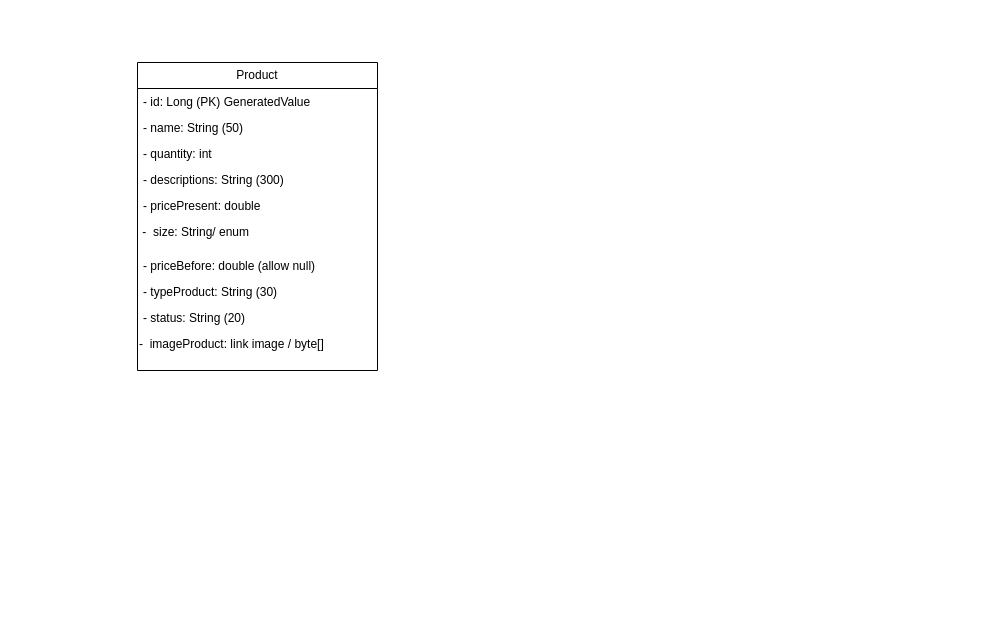
Above: diagrams/class/class-product.drawio in penduricha/Project-e-commerce (draw.io), before the change. Source tidied: cells renumbered, new cells numbered last; positions are measured from the earlier drawing's top-left corner, leaving out a move shared by most shapes. Both pictures are drawn from the tidied source at 100%, with x=0, y=0 at pixel (137, 62).
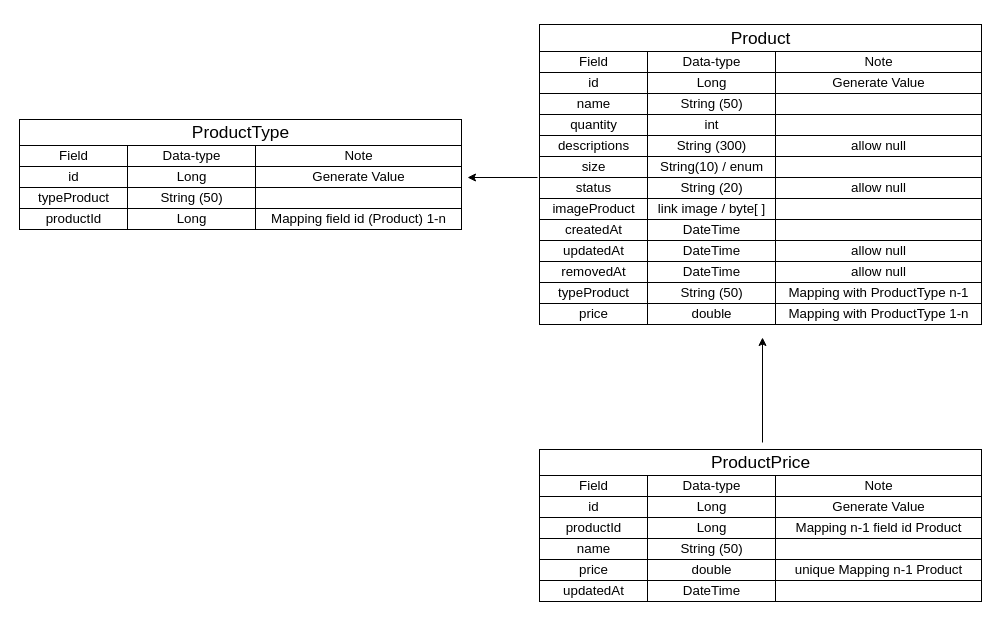
The same page after the edit.

Diff of the diagram source:
```diff
@@
 <mxGraphModel>
   <root>
     <mxCell id="0" />
     <mxCell id="1" parent="0" />
-    <mxCell id="2" value="Product" style="swimlane;fontStyle=0;horizontal=1;startSize=26;fillColor=none;whiteSpace=wrap;html=1;" parent="1" vertex="1">
-      <mxGeometry width="240" height="308" as="geometry" />
-    </mxCell>
-    <mxCell id="3" value="- id: Long (PK)&amp;nbsp;GeneratedValue" style="text;strokeColor=none;fillColor=none;align=left;verticalAlign=top;spacingLeft=4;spacingRight=4;overflow=hidden;whiteSpace=wrap;html=1;" parent="2" vertex="1">
-      <mxGeometry y="26" width="240" height="26" as="geometry" />
-    </mxCell>
-    <mxCell id="4" value="- name: String (50)" style="text;strokeColor=none;fillColor=none;align=left;verticalAlign=top;spacingLeft=4;spacingRight=4;overflow=hidden;whiteSpace=wrap;html=1;" parent="2" vertex="1">
-      <mxGeometry y="52" width="240" height="26" as="geometry" />
-    </mxCell>
-    <mxCell id="5" value="- quantity: int" style="text;strokeColor=none;fillColor=none;align=left;verticalAlign=top;spacingLeft=4;spacingRight=4;overflow=hidden;whiteSpace=wrap;html=1;" parent="2" vertex="1">
-      <mxGeometry y="78" width="240" height="26" as="geometry" />
-    </mxCell>
-    <mxCell id="6" value="- descriptions: String (300)" style="text;strokeColor=none;fillColor=none;align=left;verticalAlign=top;spacingLeft=4;spacingRight=4;overflow=hidden;whiteSpace=wrap;html=1;" parent="2" vertex="1">
-      <mxGeometry y="104" width="240" height="26" as="geometry" />
-    </mxCell>
-    <mxCell id="7" value="- pricePresent: double&amp;nbsp;" style="text;strokeColor=none;fillColor=none;align=left;verticalAlign=top;spacingLeft=4;spacingRight=4;overflow=hidden;whiteSpace=wrap;html=1;" parent="2" vertex="1">
-      <mxGeometry y="130" width="240" height="26" as="geometry" />
-    </mxCell>
-    <mxCell id="8" value="&amp;nbsp;-&amp;nbsp; size: String/ enum" style="text;whiteSpace=wrap;html=1;" parent="2" vertex="1">
-      <mxGeometry y="156" width="240" height="34" as="geometry" />
-    </mxCell>
-    <mxCell id="9" value="- priceBefore: double (allow null)" style="text;strokeColor=none;fillColor=none;align=left;verticalAlign=top;spacingLeft=4;spacingRight=4;overflow=hidden;whiteSpace=wrap;html=1;" parent="2" vertex="1">
-      <mxGeometry y="190" width="240" height="26" as="geometry" />
-    </mxCell>
-    <mxCell id="10" value="- typeProduct: String (30)" style="text;strokeColor=none;fillColor=none;align=left;verticalAlign=top;spacingLeft=4;spacingRight=4;overflow=hidden;whiteSpace=wrap;html=1;" parent="2" vertex="1">
-      <mxGeometry y="216" width="240" height="26" as="geometry" />
-    </mxCell>
-    <mxCell id="11" value="- status: String (20)" style="text;strokeColor=none;fillColor=none;align=left;verticalAlign=top;spacingLeft=4;spacingRight=4;overflow=hidden;whiteSpace=wrap;html=1;" parent="2" vertex="1">
-      <mxGeometry y="242" width="240" height="26" as="geometry" />
-    </mxCell>
-    <mxCell id="12" value="-&amp;nbsp; imageProduct: link image / byte[]" style="text;whiteSpace=wrap;html=1;" parent="2" vertex="1">
-      <mxGeometry y="268" width="240" height="40" as="geometry" />
-    </mxCell>
+    <mxCell id="13" value="&lt;table xmlns=&quot;http://www.w3.org/1999/xhtml&quot; cellspacing=&quot;0&quot; cellpadding=&quot;0&quot; dir=&quot;ltr&quot; border=&quot;1&quot; style=&quot;table-layout:fixed;font-size:10pt;font-family:Arial;width:0px;border-collapse:collapse;border:none&quot;&gt;&lt;colgroup&gt;&lt;col width=&quot;108&quot;&gt;&lt;col width=&quot;128&quot;&gt;&lt;col width=&quot;206&quot;&gt;&lt;/colgroup&gt;&lt;tbody&gt;&lt;tr style=&quot;height:21px;&quot;&gt;&lt;td style=&quot;border-top:1px solid #000000;border-right:1px solid #000000;border-bottom:1px solid #000000;border-left:1px solid #000000;overflow:hidden;padding:2px 3px 2px 3px;vertical-align:bottom;font-size:13pt;text-align:center;&quot; rowspan=&quot;1&quot; colspan=&quot;3&quot;&gt;ProductType&lt;/td&gt;&lt;/tr&gt;&lt;tr style=&quot;height:21px;&quot;&gt;&lt;td style=&quot;border-right:1px solid #000000;border-bottom:1px solid #000000;border-left:1px solid #000000;overflow:hidden;padding:2px 3px 2px 3px;vertical-align:bottom;text-align:center;&quot;&gt;Field&lt;/td&gt;&lt;td style=&quot;border-right:1px solid #000000;border-bottom:1px solid #000000;overflow:hidden;padding:2px 3px 2px 3px;vertical-align:bottom;text-align:center;&quot;&gt;Data-type&lt;/td&gt;&lt;td style=&quot;border-right:1px solid #000000;border-bottom:1px solid #000000;overflow:hidden;padding:2px 3px 2px 3px;vertical-align:bottom;text-align:center;&quot;&gt;Note&lt;/td&gt;&lt;/tr&gt;&lt;tr style=&quot;height:21px;&quot;&gt;&lt;td style=&quot;border-right:1px solid #000000;border-bottom:1px solid #000000;border-left:1px solid #000000;overflow:hidden;padding:2px 3px 2px 3px;vertical-align:bottom;text-align:center;&quot;&gt;id&lt;/td&gt;&lt;td style=&quot;border-right:1px solid #000000;border-bottom:1px solid #000000;overflow:hidden;padding:2px 3px 2px 3px;vertical-align:bottom;text-align:center;&quot;&gt;Long&lt;/td&gt;&lt;td style=&quot;border-right:1px solid #000000;border-bottom:1px solid #000000;overflow:hidden;padding:2px 3px 2px 3px;vertical-align:bottom;text-align:center;&quot;&gt;Generate Value&lt;/td&gt;&lt;/tr&gt;&lt;tr style=&quot;height:21px;&quot;&gt;&lt;td style=&quot;border-right:1px solid #000000;border-bottom:1px solid #000000;border-left:1px solid #000000;overflow:hidden;padding:2px 3px 2px 3px;vertical-align:bottom;text-align:center;&quot;&gt;typeProduct&lt;/td&gt;&lt;td style=&quot;border-right:1px solid #000000;border-bottom:1px solid #000000;overflow:hidden;padding:2px 3px 2px 3px;vertical-align:bottom;text-align:center;&quot;&gt;String (50)&lt;/td&gt;&lt;td style=&quot;border-right:1px solid #000000;border-bottom:1px solid #000000;overflow:hidden;padding:2px 3px 2px 3px;vertical-align:bottom;&quot;&gt;&lt;/td&gt;&lt;/tr&gt;&lt;tr style=&quot;height:21px;&quot;&gt;&lt;td style=&quot;border-right:1px solid #000000;border-bottom:1px solid #000000;border-left:1px solid #000000;overflow:hidden;padding:2px 3px 2px 3px;vertical-align:bottom;text-align:center;&quot;&gt;productId&lt;/td&gt;&lt;td style=&quot;border-right:1px solid #000000;border-bottom:1px solid #000000;overflow:hidden;padding:2px 3px 2px 3px;vertical-align:bottom;text-align:center;&quot;&gt;Long&lt;/td&gt;&lt;td style=&quot;border-right:1px solid #000000;border-bottom:1px solid #000000;overflow:hidden;padding:2px 3px 2px 3px;vertical-align:bottom;text-align:center;&quot;&gt;Mapping field id (Product) 1-n&lt;/td&gt;&lt;/tr&gt;&lt;/tbody&gt;&lt;/table&gt;" style="text;whiteSpace=wrap;html=1;" parent="1" vertex="1">
+      <mxGeometry x="-120" y="50" width="450" height="130" as="geometry" />
+    </mxCell>
+    <mxCell id="14" style="edgeStyle=orthogonalEdgeStyle;rounded=0;jettySize=auto;html=1;" parent="1" edge="1" source="15" target="13">
+      <mxGeometry relative="1" as="geometry" />
+    </mxCell>
+    <mxCell id="15" value="&lt;table xmlns=&quot;http://www.w3.org/1999/xhtml&quot; cellspacing=&quot;0&quot; cellpadding=&quot;0&quot; dir=&quot;ltr&quot; border=&quot;1&quot; style=&quot;table-layout:fixed;font-size:10pt;font-family:Arial;width:0px;border-collapse:collapse;border:none&quot;&gt;&lt;colgroup&gt;&lt;col width=&quot;108&quot;&gt;&lt;col width=&quot;128&quot;&gt;&lt;col width=&quot;206&quot;&gt;&lt;/colgroup&gt;&lt;tbody&gt;&lt;tr style=&quot;height:27px;&quot;&gt;&lt;td style=&quot;border-top:1px solid #000000;border-right:1px solid #000000;border-bottom:1px solid #000000;border-left:1px solid #000000;overflow:hidden;padding:2px 3px 2px 3px;vertical-align:bottom;font-size:13pt;text-align:center;&quot; rowspan=&quot;1&quot; colspan=&quot;3&quot;&gt;Product&lt;/td&gt;&lt;/tr&gt;&lt;tr style=&quot;height:21px;&quot;&gt;&lt;td style=&quot;border-right:1px solid #000000;border-bottom:1px solid #000000;border-left:1px solid #000000;overflow:hidden;padding:2px 3px 2px 3px;vertical-align:bottom;text-align:center;&quot;&gt;Field&lt;/td&gt;&lt;td style=&quot;border-right:1px solid #000000;border-bottom:1px solid #000000;overflow:hidden;padding:2px 3px 2px 3px;vertical-align:bottom;text-align:center;&quot;&gt;Data-type&lt;/td&gt;&lt;td style=&quot;border-right:1px solid #000000;border-bottom:1px solid #000000;overflow:hidden;padding:2px 3px 2px 3px;vertical-align:bottom;text-align:center;&quot;&gt;Note&lt;/td&gt;&lt;/tr&gt;&lt;tr style=&quot;height:21px;&quot;&gt;&lt;td style=&quot;border-right:1px solid #000000;border-bottom:1px solid #000000;border-left:1px solid #000000;overflow:hidden;padding:2px 3px 2px 3px;vertical-align:bottom;text-align:center;&quot;&gt;id&lt;/td&gt;&lt;td style=&quot;border-right:1px solid #000000;border-bottom:1px solid #000000;overflow:hidden;padding:2px 3px 2px 3px;vertical-align:bottom;text-align:center;&quot;&gt;Long&lt;/td&gt;&lt;td style=&quot;border-right:1px solid #000000;border-bottom:1px solid #000000;overflow:hidden;padding:2px 3px 2px 3px;vertical-align:bottom;text-align:center;&quot;&gt;Generate Value&lt;/td&gt;&lt;/tr&gt;&lt;tr style=&quot;height:21px;&quot;&gt;&lt;td style=&quot;border-right:1px solid #000000;border-bottom:1px solid #000000;border-left:1px solid #000000;overflow:hidden;padding:2px 3px 2px 3px;vertical-align:bottom;text-align:center;&quot;&gt;name&lt;/td&gt;&lt;td style=&quot;border-right:1px solid #000000;border-bottom:1px solid #000000;overflow:hidden;padding:2px 3px 2px 3px;vertical-align:bottom;text-align:center;&quot;&gt;String (50)&lt;/td&gt;&lt;td style=&quot;border-right:1px solid #000000;border-bottom:1px solid #000000;overflow:hidden;padding:2px 3px 2px 3px;vertical-align:bottom;&quot;&gt;&lt;/td&gt;&lt;/tr&gt;&lt;tr style=&quot;height:21px;&quot;&gt;&lt;td style=&quot;border-right:1px solid #000000;border-bottom:1px solid #000000;border-left:1px solid #000000;overflow:hidden;padding:2px 3px 2px 3px;vertical-align:bottom;text-align:center;&quot;&gt;quantity&lt;/td&gt;&lt;td style=&quot;border-right:1px solid #000000;border-bottom:1px solid #000000;overflow:hidden;padding:2px 3px 2px 3px;vertical-align:bottom;text-align:center;&quot;&gt;int&lt;/td&gt;&lt;td style=&quot;border-right:1px solid #000000;border-bottom:1px solid #000000;overflow:hidden;padding:2px 3px 2px 3px;vertical-align:bottom;&quot;&gt;&lt;/td&gt;&lt;/tr&gt;&lt;tr style=&quot;height:21px;&quot;&gt;&lt;td style=&quot;border-right:1px solid #000000;border-bottom:1px solid #000000;border-left:1px solid #000000;overflow:hidden;padding:2px 3px 2px 3px;vertical-align:bottom;text-align:center;&quot;&gt;descriptions&lt;/td&gt;&lt;td style=&quot;border-right:1px solid #000000;border-bottom:1px solid #000000;overflow:hidden;padding:2px 3px 2px 3px;vertical-align:bottom;text-align:center;&quot;&gt;String (300)&lt;/td&gt;&lt;td style=&quot;border-right:1px solid #000000;border-bottom:1px solid #000000;overflow:hidden;padding:2px 3px 2px 3px;vertical-align:bottom;text-align:center;&quot;&gt;allow null&lt;/td&gt;&lt;/tr&gt;&lt;tr style=&quot;height:21px;&quot;&gt;&lt;td style=&quot;border-right:1px solid #000000;border-bottom:1px solid #000000;border-left:1px solid #000000;overflow:hidden;padding:2px 3px 2px 3px;vertical-align:bottom;text-align:center;&quot;&gt;size&lt;/td&gt;&lt;td style=&quot;border-right:1px solid #000000;border-bottom:1px solid #000000;overflow:hidden;padding:2px 3px 2px 3px;vertical-align:bottom;text-align:center;&quot;&gt;String(10) / enum&lt;/td&gt;&lt;td style=&quot;border-right:1px solid #000000;border-bottom:1px solid #000000;overflow:hidden;padding:2px 3px 2px 3px;vertical-align:bottom;&quot;&gt;&lt;/td&gt;&lt;/tr&gt;&lt;tr style=&quot;height:21px;&quot;&gt;&lt;td style=&quot;border-right:1px solid #000000;border-bottom:1px solid #000000;border-left:1px solid #000000;overflow:hidden;padding:2px 3px 2px 3px;vertical-align:bottom;text-align:center;&quot;&gt;status&lt;/td&gt;&lt;td style=&quot;border-right:1px solid #000000;border-bottom:1px solid #000000;overflow:hidden;padding:2px 3px 2px 3px;vertical-align:bottom;text-align:center;&quot;&gt;String (20)&lt;/td&gt;&lt;td style=&quot;border-right:1px solid #000000;border-bottom:1px solid #000000;overflow:hidden;padding:2px 3px 2px 3px;vertical-align:bottom;text-align:center;&quot;&gt;allow null&lt;/td&gt;&lt;/tr&gt;&lt;tr style=&quot;height:21px;&quot;&gt;&lt;td style=&quot;border-right:1px solid #000000;border-bottom:1px solid #000000;border-left:1px solid #000000;overflow:hidden;padding:2px 3px 2px 3px;vertical-align:bottom;text-align:center;&quot;&gt;imageProduct&lt;/td&gt;&lt;td style=&quot;border-right:1px solid #000000;border-bottom:1px solid #000000;overflow:hidden;padding:2px 3px 2px 3px;vertical-align:bottom;text-align:center;&quot;&gt;link image / byte[ ]&lt;/td&gt;&lt;td style=&quot;border-right:1px solid #000000;border-bottom:1px solid #000000;overflow:hidden;padding:2px 3px 2px 3px;vertical-align:bottom;&quot;&gt;&lt;/td&gt;&lt;/tr&gt;&lt;tr style=&quot;height:21px;&quot;&gt;&lt;td style=&quot;border-right:1px solid #000000;border-bottom:1px solid #000000;border-left:1px solid #000000;overflow:hidden;padding:2px 3px 2px 3px;vertical-align:bottom;text-align:center;&quot;&gt;createdAt&lt;/td&gt;&lt;td style=&quot;border-right:1px solid #000000;border-bottom:1px solid #000000;overflow:hidden;padding:2px 3px 2px 3px;vertical-align:bottom;text-align:center;&quot;&gt;DateTime&lt;/td&gt;&lt;td style=&quot;border-right:1px solid #000000;border-bottom:1px solid #000000;overflow:hidden;padding:2px 3px 2px 3px;vertical-align:bottom;&quot;&gt;&lt;/td&gt;&lt;/tr&gt;&lt;tr style=&quot;height:21px;&quot;&gt;&lt;td style=&quot;border-right:1px solid #000000;border-bottom:1px solid #000000;border-left:1px solid #000000;overflow:hidden;padding:2px 3px 2px 3px;vertical-align:bottom;text-align:center;&quot;&gt;updatedAt&lt;/td&gt;&lt;td style=&quot;border-right:1px solid #000000;border-bottom:1px solid #000000;overflow:hidden;padding:2px 3px 2px 3px;vertical-align:bottom;text-align:center;&quot;&gt;DateTime&lt;/td&gt;&lt;td style=&quot;border-right:1px solid #000000;border-bottom:1px solid #000000;overflow:hidden;padding:2px 3px 2px 3px;vertical-align:bottom;text-align:center;&quot;&gt;allow null&lt;/td&gt;&lt;/tr&gt;&lt;tr style=&quot;height:21px;&quot;&gt;&lt;td style=&quot;border-right:1px solid #000000;border-bottom:1px solid #000000;border-left:1px solid #000000;overflow:hidden;padding:2px 3px 2px 3px;vertical-align:bottom;text-align:center;&quot;&gt;removedAt&lt;/td&gt;&lt;td style=&quot;border-right:1px solid #000000;border-bottom:1px solid #000000;overflow:hidden;padding:2px 3px 2px 3px;vertical-align:bottom;text-align:center;&quot;&gt;DateTime&lt;/td&gt;&lt;td style=&quot;border-right:1px solid #000000;border-bottom:1px solid #000000;overflow:hidden;padding:2px 3px 2px 3px;vertical-align:bottom;text-align:center;&quot;&gt;allow null&lt;/td&gt;&lt;/tr&gt;&lt;tr style=&quot;height:21px;&quot;&gt;&lt;td style=&quot;border-right:1px solid #000000;border-bottom:1px solid #000000;border-left:1px solid #000000;overflow:hidden;padding:2px 3px 2px 3px;vertical-align:bottom;text-align:center;&quot;&gt;typeProduct&lt;/td&gt;&lt;td style=&quot;border-right:1px solid #000000;border-bottom:1px solid #000000;overflow:hidden;padding:2px 3px 2px 3px;vertical-align:bottom;text-align:center;&quot;&gt;String (50)&lt;/td&gt;&lt;td style=&quot;border-right:1px solid #000000;border-bottom:1px solid #000000;overflow:hidden;padding:2px 3px 2px 3px;vertical-align:bottom;text-align:center;&quot;&gt;Mapping with ProductType n-1&lt;/td&gt;&lt;/tr&gt;&lt;tr style=&quot;height:21px;&quot;&gt;&lt;td style=&quot;border-right:1px solid #000000;border-bottom:1px solid #000000;border-left:1px solid #000000;overflow:hidden;padding:2px 3px 2px 3px;vertical-align:bottom;text-align:center;&quot;&gt;price&lt;/td&gt;&lt;td style=&quot;border-right:1px solid #000000;border-bottom:1px solid #000000;overflow:hidden;padding:2px 3px 2px 3px;vertical-align:bottom;text-align:center;&quot;&gt;double&lt;/td&gt;&lt;td style=&quot;border-right:1px solid #000000;border-bottom:1px solid #000000;overflow:hidden;padding:2px 3px 2px 3px;vertical-align:bottom;text-align:center;&quot;&gt;Mapping with ProductType 1-n&lt;/td&gt;&lt;/tr&gt;&lt;/tbody&gt;&lt;/table&gt;" style="text;whiteSpace=wrap;html=1;" parent="1" vertex="1">
+      <mxGeometry x="400" y="-45" width="450" height="320" as="geometry" />
+    </mxCell>
+    <mxCell id="16" style="edgeStyle=orthogonalEdgeStyle;rounded=0;jettySize=auto;html=1;" parent="1" edge="1" source="17" target="15">
+      <mxGeometry relative="1" as="geometry" />
+    </mxCell>
+    <mxCell id="17" value="&lt;table xmlns=&quot;http://www.w3.org/1999/xhtml&quot; cellspacing=&quot;0&quot; cellpadding=&quot;0&quot; dir=&quot;ltr&quot; border=&quot;1&quot; style=&quot;table-layout:fixed;font-size:10pt;font-family:Arial;width:0px;border-collapse:collapse;border:none&quot;&gt;&lt;colgroup&gt;&lt;col width=&quot;108&quot;&gt;&lt;col width=&quot;128&quot;&gt;&lt;col width=&quot;206&quot;&gt;&lt;/colgroup&gt;&lt;tbody&gt;&lt;tr style=&quot;height:21px;&quot;&gt;&lt;td style=&quot;border-top:1px solid #000000;border-right:1px solid #000000;border-bottom:1px solid #000000;border-left:1px solid #000000;overflow:hidden;padding:2px 3px 2px 3px;vertical-align:bottom;font-size:13pt;text-align:center;&quot; rowspan=&quot;1&quot; colspan=&quot;3&quot;&gt;ProductPrice&lt;/td&gt;&lt;/tr&gt;&lt;tr style=&quot;height:21px;&quot;&gt;&lt;td style=&quot;border-right:1px solid #000000;border-bottom:1px solid #000000;border-left:1px solid #000000;overflow:hidden;padding:2px 3px 2px 3px;vertical-align:bottom;text-align:center;&quot;&gt;Field&lt;/td&gt;&lt;td style=&quot;border-right:1px solid #000000;border-bottom:1px solid #000000;overflow:hidden;padding:2px 3px 2px 3px;vertical-align:bottom;text-align:center;&quot;&gt;Data-type&lt;/td&gt;&lt;td style=&quot;border-right:1px solid #000000;border-bottom:1px solid #000000;overflow:hidden;padding:2px 3px 2px 3px;vertical-align:bottom;text-align:center;&quot;&gt;Note&lt;/td&gt;&lt;/tr&gt;&lt;tr style=&quot;height:21px;&quot;&gt;&lt;td style=&quot;border-right:1px solid #000000;border-bottom:1px solid #000000;border-left:1px solid #000000;overflow:hidden;padding:2px 3px 2px 3px;vertical-align:bottom;text-align:center;&quot;&gt;id&lt;/td&gt;&lt;td style=&quot;border-right:1px solid #000000;border-bottom:1px solid #000000;overflow:hidden;padding:2px 3px 2px 3px;vertical-align:bottom;text-align:center;&quot;&gt;Long&lt;/td&gt;&lt;td style=&quot;border-right:1px solid #000000;border-bottom:1px solid #000000;overflow:hidden;padding:2px 3px 2px 3px;vertical-align:bottom;text-align:center;&quot;&gt;Generate Value&lt;/td&gt;&lt;/tr&gt;&lt;tr style=&quot;height:21px;&quot;&gt;&lt;td style=&quot;border-right:1px solid #000000;border-bottom:1px solid #000000;border-left:1px solid #000000;overflow:hidden;padding:2px 3px 2px 3px;vertical-align:bottom;text-align:center;&quot;&gt;productId&lt;/td&gt;&lt;td style=&quot;border-right:1px solid #000000;border-bottom:1px solid #000000;overflow:hidden;padding:2px 3px 2px 3px;vertical-align:bottom;text-align:center;&quot;&gt;Long&lt;/td&gt;&lt;td style=&quot;border-right:1px solid #000000;border-bottom:1px solid #000000;overflow:hidden;padding:2px 3px 2px 3px;vertical-align:bottom;text-align:center;&quot;&gt;Mapping n-1 field id Product&lt;/td&gt;&lt;/tr&gt;&lt;tr style=&quot;height:21px;&quot;&gt;&lt;td style=&quot;border-right:1px solid #000000;border-bottom:1px solid #000000;border-left:1px solid #000000;overflow:hidden;padding:2px 3px 2px 3px;vertical-align:bottom;text-align:center;&quot;&gt;name&lt;/td&gt;&lt;td style=&quot;border-right:1px solid #000000;border-bottom:1px solid #000000;overflow:hidden;padding:2px 3px 2px 3px;vertical-align:bottom;text-align:center;&quot;&gt;String (50)&lt;/td&gt;&lt;td style=&quot;border-right:1px solid #000000;border-bottom:1px solid #000000;overflow:hidden;padding:2px 3px 2px 3px;vertical-align:bottom;&quot;&gt;&lt;/td&gt;&lt;/tr&gt;&lt;tr style=&quot;height:21px;&quot;&gt;&lt;td style=&quot;border-right:1px solid #000000;border-bottom:1px solid #000000;border-left:1px solid #000000;overflow:hidden;padding:2px 3px 2px 3px;vertical-align:bottom;text-align:center;&quot;&gt;price&lt;/td&gt;&lt;td style=&quot;border-right:1px solid #000000;border-bottom:1px solid #000000;overflow:hidden;padding:2px 3px 2px 3px;vertical-align:bottom;text-align:center;&quot;&gt;double&lt;/td&gt;&lt;td style=&quot;border-right:1px solid #000000;border-bottom:1px solid #000000;overflow:hidden;padding:2px 3px 2px 3px;vertical-align:bottom;text-align:center;&quot;&gt;unique Mapping n-1 Product&lt;/td&gt;&lt;/tr&gt;&lt;tr style=&quot;height:21px;&quot;&gt;&lt;td style=&quot;border-right:1px solid #000000;border-bottom:1px solid #000000;border-left:1px solid #000000;overflow:hidden;padding:2px 3px 2px 3px;vertical-align:bottom;text-align:center;&quot;&gt;updatedAt&lt;/td&gt;&lt;td style=&quot;border-right:1px solid #000000;border-bottom:1px solid #000000;overflow:hidden;padding:2px 3px 2px 3px;vertical-align:bottom;text-align:center;&quot;&gt;DateTime&lt;/td&gt;&lt;td style=&quot;border-right:1px solid #000000;border-bottom:1px solid #000000;overflow:hidden;padding:2px 3px 2px 3px;vertical-align:bottom;&quot;&gt;&lt;/td&gt;&lt;/tr&gt;&lt;/tbody&gt;&lt;/table&gt;" style="text;whiteSpace=wrap;html=1;" parent="1" vertex="1">
+      <mxGeometry x="400" y="380" width="450" height="170" as="geometry" />
+    </mxCell>
   </root>
 </mxGraphModel>
```
